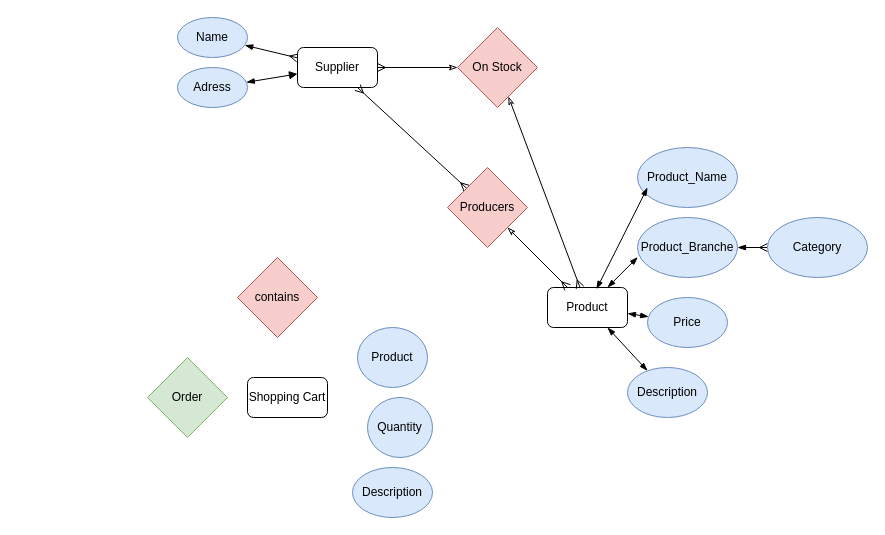
MichaelGarrigosa/backenddayone keeps this draw.io diagram as page "Famazon-2" (2 of 2) of Michael/FamazonMichael.drawio. Above is the earlier version. Source tidied: cells renumbered, new cells numbered last; positions are measured from the earlier drawing's top-left corner, leaving out a move shared by most shapes. Both pictures are drawn from the tidied source at 100%, with x=0, y=0 at pixel (147, 17).
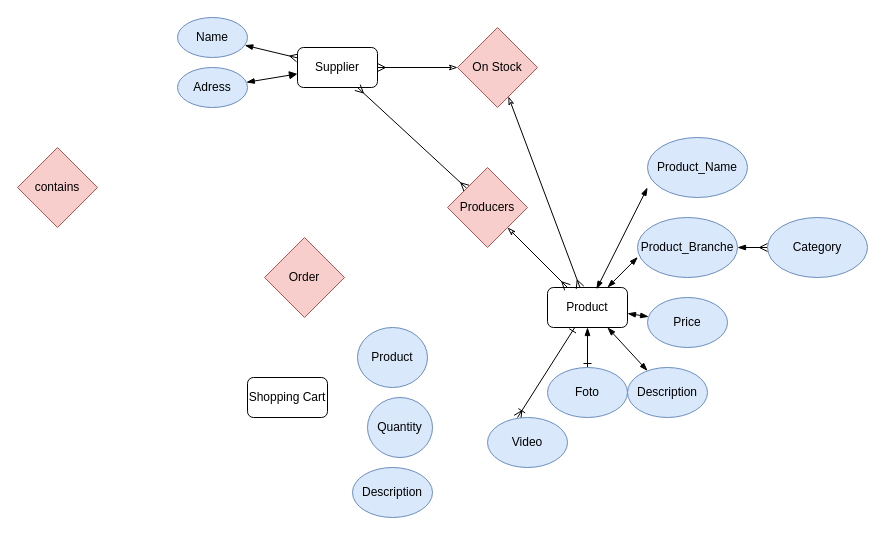
The same page after the edit.

Unchanged cells that the change refers to:
```xml
<mxCell id="3" value="Product" style="rounded=1;whiteSpace=wrap;html=1;" parent="1" vertex="1">
  <mxGeometry x="400" y="270" width="80" height="40" as="geometry" />
</mxCell>
```

Change to the diagram source:
```diff
@@
+    <mxCell id="30" style="edgeStyle=none;html=1;exitX=0.5;exitY=1;exitDx=0;exitDy=0;startArrow=blockThin;startFill=1;endArrow=ERone;endFill=0;" parent="1" edge="1" source="3" target="32">
+      <mxGeometry relative="1" as="geometry" />
+    </mxCell>
+    <mxCell id="31" style="edgeStyle=none;html=1;entryX=0.375;entryY=0;entryDx=0;entryDy=0;entryPerimeter=0;startArrow=ERone;startFill=0;endArrow=ERoneToMany;endFill=0;" parent="1" edge="1" source="3" target="33">
+      <mxGeometry relative="1" as="geometry" />
+    </mxCell>
@@
     <mxCell id="4" value="contains" style="rhombus;whiteSpace=wrap;html=1;fillColor=#f8cecc;strokeColor=#b85450;" parent="1" vertex="1">
-      <mxGeometry x="90" y="240" width="80" height="80" as="geometry" />
+      <mxGeometry x="-130" y="130" width="80" height="80" as="geometry" />
     </mxCell>
     <mxCell id="5" value="Product_Name" style="ellipse;whiteSpace=wrap;html=1;fillColor=#dae8fc;strokeColor=#6c8ebf;" parent="1" vertex="1">
-      <mxGeometry x="490" y="130" width="100" height="60" as="geometry" />
+      <mxGeometry x="500" y="120" width="100" height="60" as="geometry" />
     </mxCell>
@@
-    <mxCell id="14" value="Order" style="rhombus;whiteSpace=wrap;html=1;fillColor=#d5e8d4;strokeColor=#82b366;" parent="1" vertex="1">
-      <mxGeometry y="340" width="80" height="80" as="geometry" />
+    <mxCell id="14" value="Order" style="rhombus;whiteSpace=wrap;html=1;fillColor=#f8cecc;strokeColor=#b85450;" parent="1" vertex="1">
+      <mxGeometry x="117" y="220" width="80" height="80" as="geometry" />
     </mxCell>
@@
+    <mxCell id="32" value="Foto" style="ellipse;whiteSpace=wrap;html=1;fillColor=#dae8fc;strokeColor=#6c8ebf;" parent="1" vertex="1">
+      <mxGeometry x="400" y="350" width="80" height="50" as="geometry" />
+    </mxCell>
+    <mxCell id="33" value="Video" style="ellipse;whiteSpace=wrap;html=1;fillColor=#dae8fc;strokeColor=#6c8ebf;" parent="1" vertex="1">
+      <mxGeometry x="340" y="400" width="80" height="50" as="geometry" />
+    </mxCell>
```
